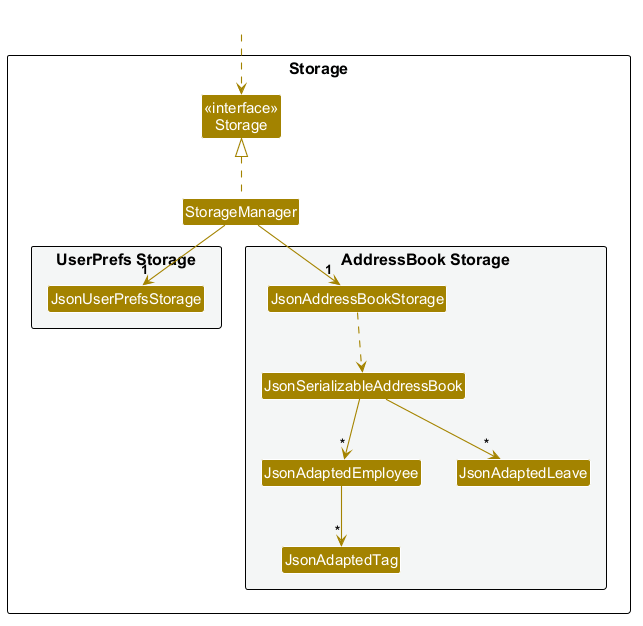
Above: docs/images/StorageClassDiagram.png in AY2627S1-CS2103T-T16-3/tp (PlantUML), before the change.
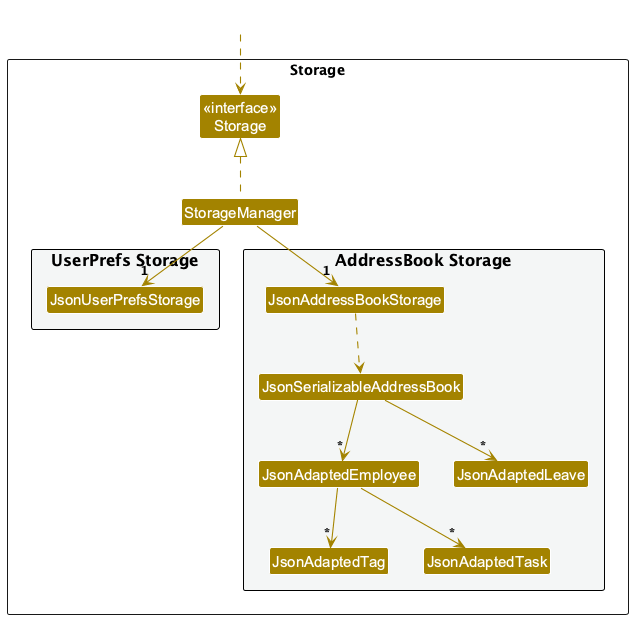
The same diagram one commit later.

Commit message:
Add task to model and storage class diagrams

The edit, as a diff of the source:
```diff
@@ -18,6 +18,7 @@
 Class JsonSerializableAddressBook
 Class JsonAdaptedEmployee
 Class JsonAdaptedTag
+Class JsonAdaptedTask
 Class JsonAdaptedLeave
 }
 
@@ -34,5 +35,6 @@
 JsonSerializableAddressBook --> "*" JsonAdaptedEmployee
 JsonSerializableAddressBook --> "*" JsonAdaptedLeave
 JsonAdaptedEmployee --> "*" JsonAdaptedTag
+JsonAdaptedEmployee --> "*" JsonAdaptedTask
 
 @enduml
```
